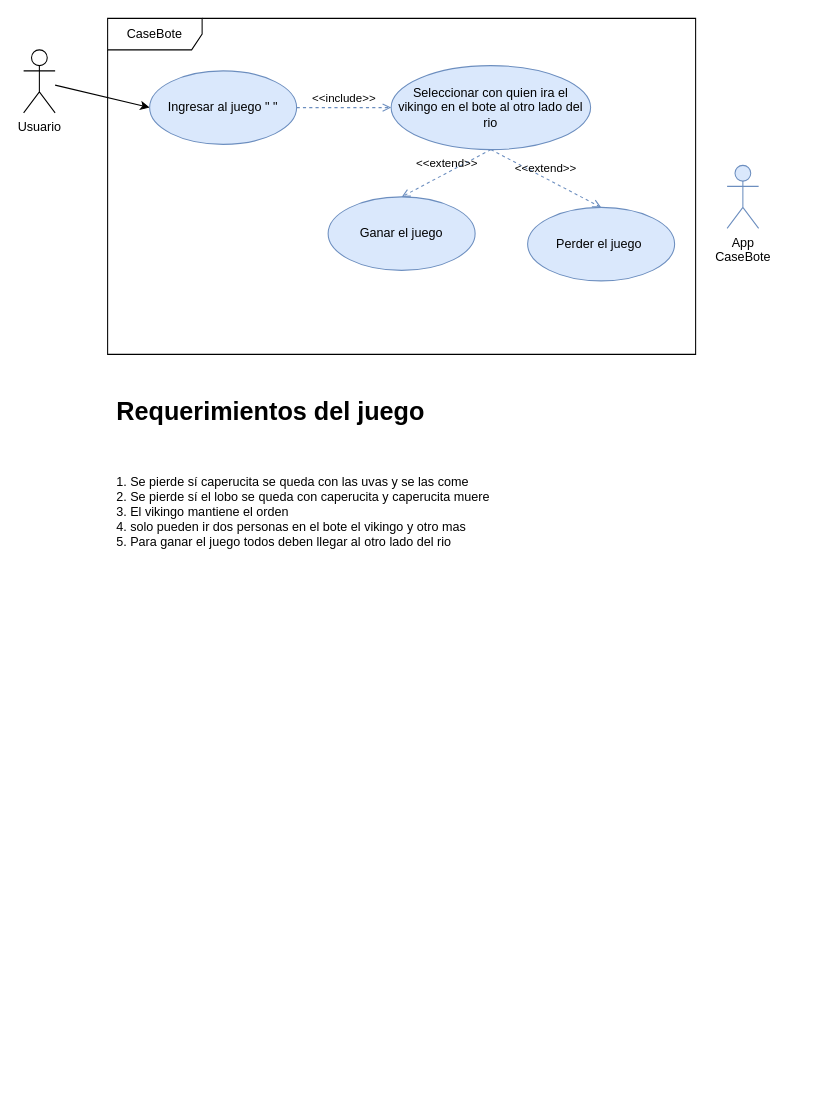
matiSae/CasoBote keeps this draw.io diagram as Design/UseCase.drawio. Above is the earlier version. Source tidied: cells renumbered, new cells numbered last; positions are measured from the earlier drawing's top-left corner, leaving out a move shared by most shapes. Both pictures are drawn from the tidied source at 105%, with x=0, y=0 at pixel (23, 18).
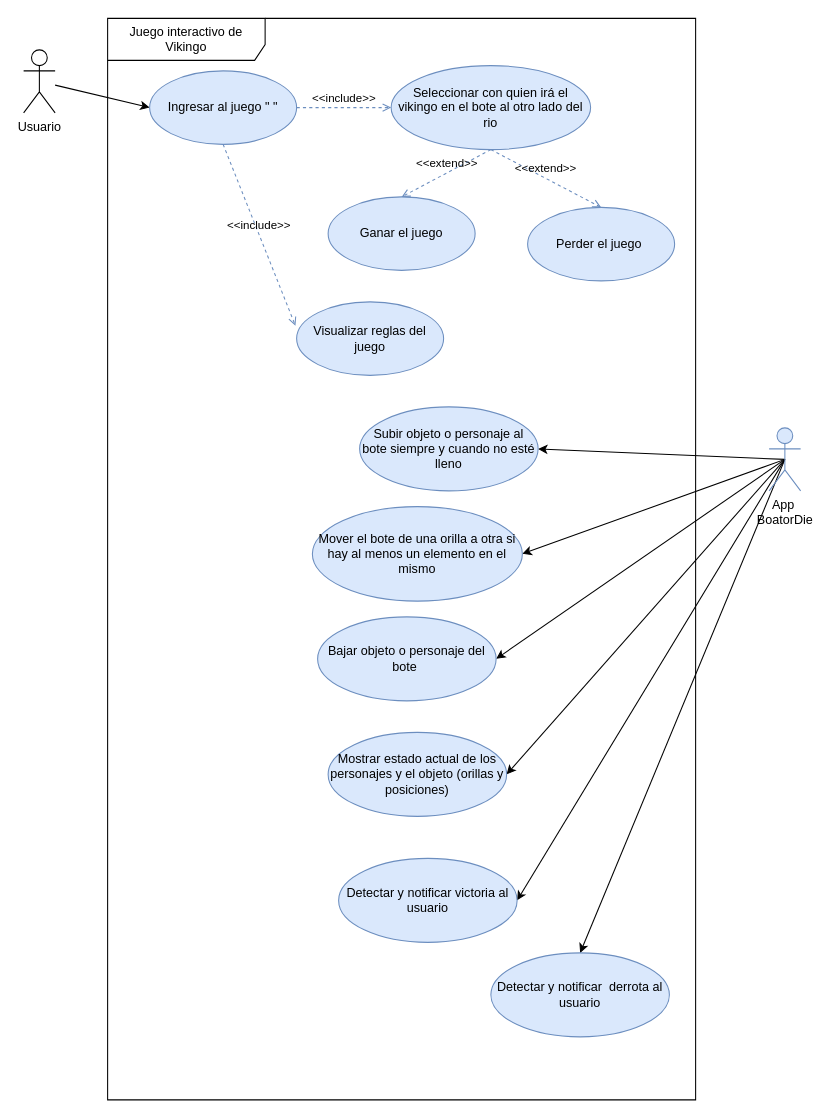
Above is the later version.

The change refers to these unchanged cells:
```xml
<mxCell id="6" value="Ingresar al juego &quot; &quot;" style="ellipse;whiteSpace=wrap;html=1;fillColor=#dae8fc;strokeColor=#6c8ebf;" parent="1" vertex="1">
  <mxGeometry x="120" y="50" width="140" height="70" as="geometry" />
</mxCell>
```

The edit, as a diff of the source:
```diff
@@
-    <mxCell id="2" value="CaseBote" style="shape=umlFrame;whiteSpace=wrap;html=1;width=90;height=30;" parent="1" vertex="1">
-      <mxGeometry x="80" width="560" height="320" as="geometry" />
+    <mxCell id="2" value="Juego interactivo de Vikingo" style="shape=umlFrame;whiteSpace=wrap;html=1;width=150;height=40;" parent="1" vertex="1">
+      <mxGeometry x="80" width="560" height="1030" as="geometry" />
     </mxCell>
@@
+    <mxCell id="15" style="edgeStyle=none;html=1;exitX=0.5;exitY=0.5;exitDx=0;exitDy=0;exitPerimeter=0;entryX=1;entryY=0.5;entryDx=0;entryDy=0;" parent="1" edge="1" source="5" target="22">
+      <mxGeometry relative="1" as="geometry" />
+    </mxCell>
+    <mxCell id="16" style="edgeStyle=none;html=1;exitX=0.5;exitY=0.5;exitDx=0;exitDy=0;exitPerimeter=0;entryX=1;entryY=0.5;entryDx=0;entryDy=0;" parent="1" edge="1" source="5" target="23">
+      <mxGeometry relative="1" as="geometry" />
+    </mxCell>
+    <mxCell id="17" style="edgeStyle=none;html=1;exitX=0.5;exitY=0.5;exitDx=0;exitDy=0;exitPerimeter=0;entryX=1;entryY=0.5;entryDx=0;entryDy=0;" parent="1" edge="1" source="5" target="24">
+      <mxGeometry relative="1" as="geometry" />
+    </mxCell>
+    <mxCell id="18" style="edgeStyle=none;html=1;exitX=0.5;exitY=0.5;exitDx=0;exitDy=0;exitPerimeter=0;entryX=1;entryY=0.5;entryDx=0;entryDy=0;" parent="1" edge="1" source="5" target="25">
+      <mxGeometry relative="1" as="geometry" />
+    </mxCell>
+    <mxCell id="19" style="edgeStyle=none;html=1;exitX=0.5;exitY=0.5;exitDx=0;exitDy=0;exitPerimeter=0;entryX=1;entryY=0.5;entryDx=0;entryDy=0;" parent="1" edge="1" source="5" target="26">
+      <mxGeometry relative="1" as="geometry" />
+    </mxCell>
+    <mxCell id="20" style="edgeStyle=none;html=1;exitX=0.5;exitY=0.5;exitDx=0;exitDy=0;exitPerimeter=0;entryX=0.5;entryY=0;entryDx=0;entryDy=0;" parent="1" edge="1" source="5" target="28">
+      <mxGeometry relative="1" as="geometry" />
+    </mxCell>
-    <mxCell id="5" value="App&lt;div&gt;CaseBote&lt;/div&gt;" style="shape=umlActor;verticalLabelPosition=bottom;verticalAlign=top;html=1;fillColor=#dae8fc;strokeColor=#6c8ebf;" parent="1" vertex="1">
-      <mxGeometry x="670" y="140" width="30" height="60" as="geometry" />
+    <mxCell id="5" value="App&amp;nbsp;&lt;div&gt;BoatorDie&lt;/div&gt;" style="shape=umlActor;verticalLabelPosition=bottom;verticalAlign=top;html=1;fillColor=#dae8fc;strokeColor=#6c8ebf;" parent="1" vertex="1">
+      <mxGeometry x="710" y="390" width="30" height="60" as="geometry" />
     </mxCell>
@@
-    <mxCell id="7" value="Seleccionar con quien ira el vikingo en el bote al otro lado del rio" style="ellipse;whiteSpace=wrap;html=1;fillColor=#dae8fc;strokeColor=#6c8ebf;" parent="1" vertex="1">
+    <mxCell id="7" value="Seleccionar con quien irá el vikingo en el bote al otro lado del rio" style="ellipse;whiteSpace=wrap;html=1;fillColor=#dae8fc;strokeColor=#6c8ebf;" parent="1" vertex="1">
       <mxGeometry x="350" y="45" width="190" height="80" as="geometry" />
     </mxCell>
@@
-    <mxCell id="13" value="&lt;ol&gt;&lt;li&gt;Se pierde sí caperucita se queda con las uvas y se las come&lt;/li&gt;&lt;li&gt;Se pierde sí el lobo se queda con caperucita y caperucita muere&lt;/li&gt;&lt;li&gt;El vikingo mantiene el orden&amp;nbsp;&lt;/li&gt;&lt;li&gt;solo pueden ir dos personas en el bote el vikingo y otro mas&lt;/li&gt;&lt;li&gt;Para ganar el juego todos deben llegar al otro lado del rio&lt;/li&gt;&lt;/ol&gt;" style="text;strokeColor=none;fillColor=none;html=1;whiteSpace=wrap;verticalAlign=middle;overflow=hidden;" parent="1" vertex="1">
-      <mxGeometry x="60" y="400" width="570" height="140" as="geometry" />
-    </mxCell>
-    <mxCell id="14" value="Requerimientos del juego" style="text;strokeColor=none;fillColor=none;html=1;fontSize=24;fontStyle=1;verticalAlign=middle;align=center;" parent="1" vertex="1">
-      <mxGeometry x="80" y="340" width="310" height="70" as="geometry" />
-    </mxCell>
+    <mxCell id="21" value="Visualizar reglas del juego" style="ellipse;whiteSpace=wrap;html=1;fillColor=#dae8fc;strokeColor=#6c8ebf;" parent="1" vertex="1">
+      <mxGeometry x="260" y="270" width="140" height="70" as="geometry" />
+    </mxCell>
+    <mxCell id="22" value="Subir objeto o personaje al bote siempre y cuando no esté lleno" style="ellipse;whiteSpace=wrap;html=1;fillColor=#dae8fc;strokeColor=#6c8ebf;" parent="1" vertex="1">
+      <mxGeometry x="320" y="370" width="170" height="80" as="geometry" />
+    </mxCell>
+    <mxCell id="23" value="Mover el bote de una orilla a otra si hay al menos un elemento en el mismo" style="ellipse;whiteSpace=wrap;html=1;fillColor=#dae8fc;strokeColor=#6c8ebf;" parent="1" vertex="1">
+      <mxGeometry x="275" y="465" width="200" height="90" as="geometry" />
+    </mxCell>
+    <mxCell id="24" value="Bajar objeto o personaje del bote&amp;nbsp;" style="ellipse;whiteSpace=wrap;html=1;fillColor=#dae8fc;strokeColor=#6c8ebf;" parent="1" vertex="1">
+      <mxGeometry x="280" y="570" width="170" height="80" as="geometry" />
+    </mxCell>
+    <mxCell id="25" value="Mostrar estado actual de los personajes y el objeto (orillas y posiciones)" style="ellipse;whiteSpace=wrap;html=1;fillColor=#dae8fc;strokeColor=#6c8ebf;" parent="1" vertex="1">
+      <mxGeometry x="290" y="680" width="170" height="80" as="geometry" />
+    </mxCell>
+    <mxCell id="26" value="Detectar y notificar victoria al usuario" style="ellipse;whiteSpace=wrap;html=1;fillColor=#dae8fc;strokeColor=#6c8ebf;" parent="1" vertex="1">
+      <mxGeometry x="300" y="800" width="170" height="80" as="geometry" />
+    </mxCell>
+    <mxCell id="27" value="&amp;lt;&amp;lt;include&amp;gt;&amp;gt;" style="html=1;verticalAlign=bottom;labelBackgroundColor=none;endArrow=open;endFill=0;dashed=1;exitX=0.5;exitY=1;exitDx=0;exitDy=0;entryX=-0.008;entryY=0.325;entryDx=0;entryDy=0;fillColor=#dae8fc;strokeColor=#6c8ebf;entryPerimeter=0;" parent="1" edge="1" source="6" target="21">
+      <mxGeometry relative="1" as="geometry" />
+    </mxCell>
+    <mxCell id="28" value="Detectar y notificar&amp;nbsp; derrota al usuario" style="ellipse;whiteSpace=wrap;html=1;fillColor=#dae8fc;strokeColor=#6c8ebf;" parent="1" vertex="1">
+      <mxGeometry x="445" y="890" width="170" height="80" as="geometry" />
+    </mxCell>
```
